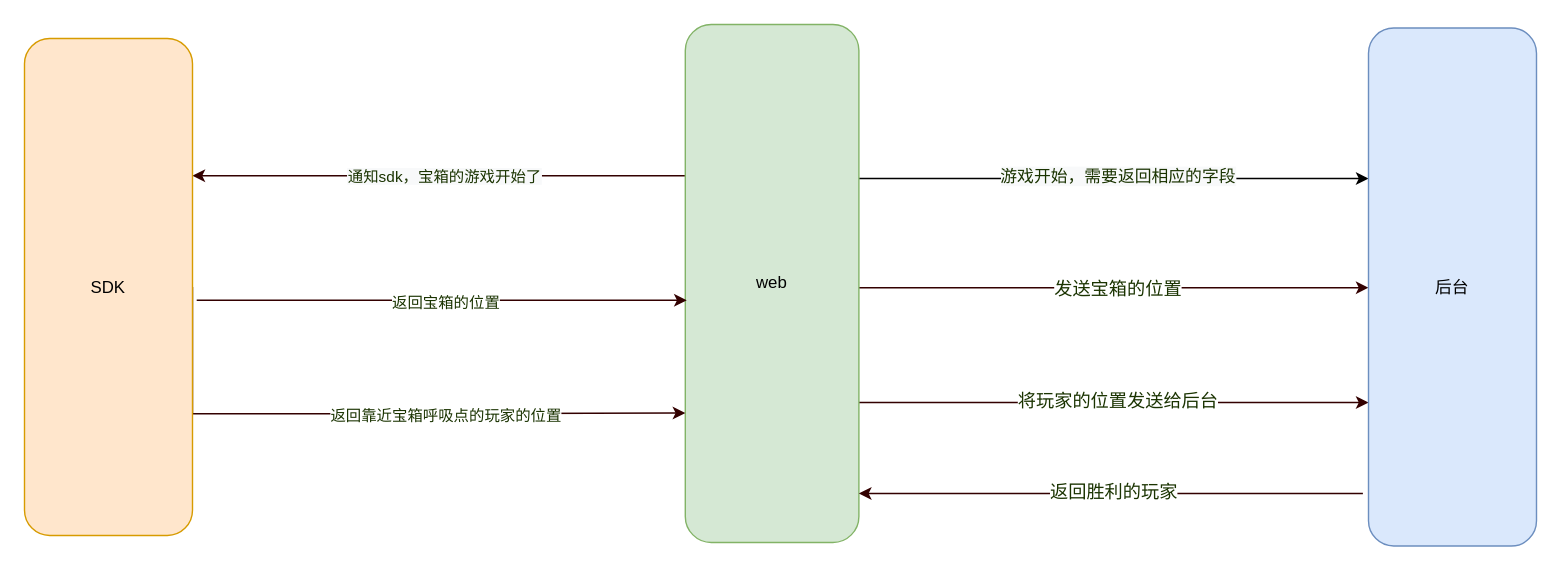
The draw.io diagram xVerseSixth.drawio in SkylarShuang/learnSM, before the edit. Source tidied: cells renumbered, new cells numbered last; positions are measured from the earlier drawing's top-left corner, leaving out a move shared by most shapes. Both pictures are drawn from the tidied source at 140%, with x=0, y=0 at pixel (24, 24).
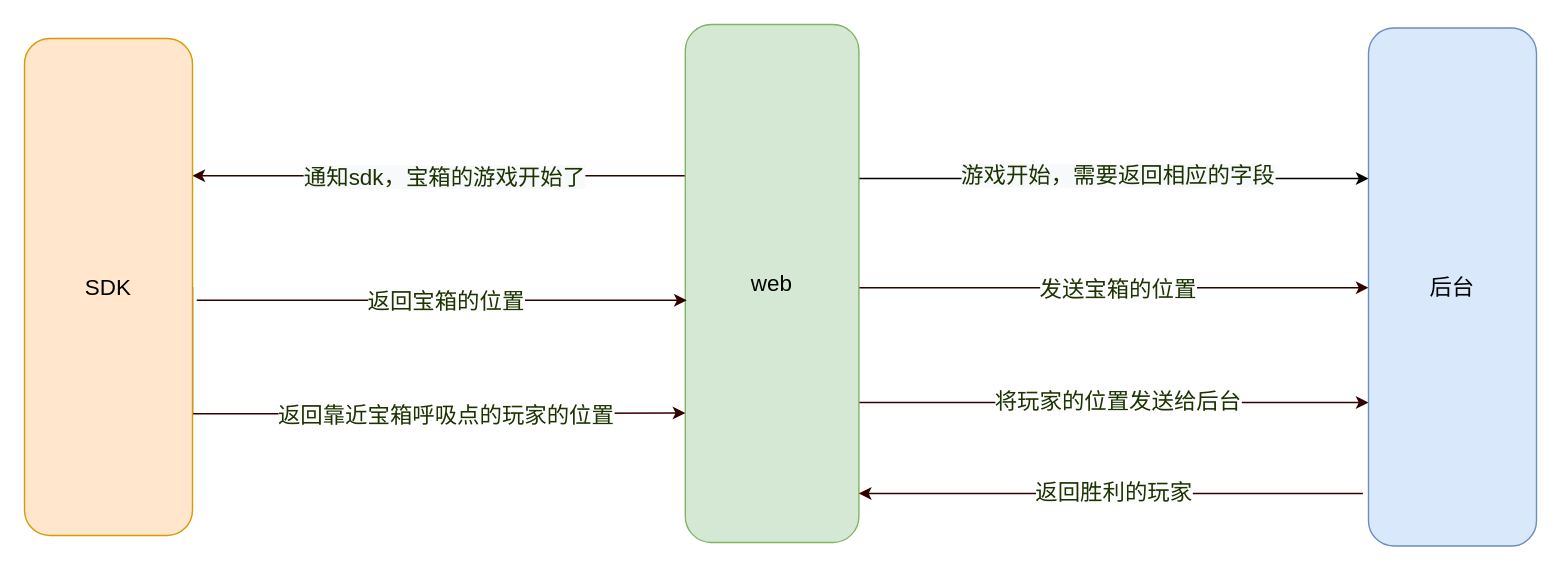
Above is the later version.

The edit, as a diff of the source:
```diff
@@
-    <mxCell id="2" style="edgeStyle=orthogonalEdgeStyle;rounded=0;jettySize=auto;html=1;" parent="1" edge="1" source="10" target="13">
+    <mxCell id="2" style="edgeStyle=orthogonalEdgeStyle;rounded=0;jettySize=auto;html=1;fontSize=16;" parent="1" edge="1" source="10" target="13">
       <mxGeometry relative="1" as="geometry">
         <Array as="points">
           <mxPoint x="730" y="110" />
           <mxPoint x="730" y="110" />
         </Array>
       </mxGeometry>
     </mxCell>
-    <mxCell id="3" value="&lt;span style=&quot;font-size: 12px; background-color: rgb(248, 249, 250);&quot;&gt;游戏开始，需要返回相应的字段&lt;/span&gt;" style="edgeLabel;html=1;align=center;verticalAlign=middle;fontSize=13;fontColor=#1A3300;" parent="2" vertex="1">
+    <mxCell id="3" value="&lt;span style=&quot;font-size: 16px; background-color: rgb(248, 249, 250);&quot;&gt;游戏开始，需要返回相应的字段&lt;/span&gt;" style="edgeLabel;html=1;align=center;verticalAlign=middle;fontSize=16;fontColor=#1A3300;" parent="2" vertex="1">
       <mxGeometry x="-0.19" y="3" relative="1" as="geometry">
         <mxPoint x="37" as="offset" />
       </mxGeometry>
     </mxCell>
-    <mxCell id="4" style="edgeStyle=orthogonalEdgeStyle;rounded=0;jettySize=auto;html=1;strokeColor=#330000;fillColor=#75E8FF;exitX=0;exitY=0.5;exitDx=0;exitDy=0;" parent="1" edge="1" target="18">
+    <mxCell id="4" style="edgeStyle=orthogonalEdgeStyle;rounded=0;jettySize=auto;html=1;strokeColor=#330000;fillColor=#75E8FF;exitX=0;exitY=0.5;exitDx=0;exitDy=0;fontSize=16;" parent="1" edge="1" target="18">
       <mxGeometry relative="1" as="geometry">
         <mxPoint x="474" y="108" as="sourcePoint" />
         <Array as="points">
           <mxPoint x="200" y="108" />
           <mxPoint x="200" y="108" />
         </Array>
       </mxGeometry>
     </mxCell>
-    <mxCell id="5" value="&lt;span style=&quot;background-color: rgb(248, 249, 250);&quot;&gt;通知sdk，宝箱的游戏开始了&lt;/span&gt;" style="edgeLabel;html=1;align=center;verticalAlign=middle;fontColor=#1A3300;" parent="4" vertex="1">
+    <mxCell id="5" value="&lt;span style=&quot;background-color: rgb(248, 249, 250); font-size: 16px;&quot;&gt;通知sdk，宝箱的游戏开始了&lt;/span&gt;" style="edgeLabel;html=1;align=center;verticalAlign=middle;fontColor=#1A3300;fontSize=16;" parent="4" vertex="1">
       <mxGeometry x="0.54" y="-2" relative="1" as="geometry">
         <mxPoint x="98" y="2" as="offset" />
       </mxGeometry>
     </mxCell>
-    <mxCell id="6" style="edgeStyle=orthogonalEdgeStyle;rounded=0;jettySize=auto;html=1;fontSize=13;fontColor=#FFD966;strokeColor=#330000;fillColor=#75E8FF;" parent="1" edge="1" source="10" target="13">
+    <mxCell id="6" style="edgeStyle=orthogonalEdgeStyle;rounded=0;jettySize=auto;html=1;fontSize=16;fontColor=#FFD966;strokeColor=#330000;fillColor=#75E8FF;" parent="1" edge="1" source="10" target="13">
       <mxGeometry relative="1" as="geometry">
         <Array as="points">
           <mxPoint x="860" y="270" />
           <mxPoint x="860" y="270" />
         </Array>
       </mxGeometry>
     </mxCell>
-    <mxCell id="7" value="将玩家的位置发送给后台" style="edgeLabel;html=1;align=center;verticalAlign=middle;fontSize=13;fontColor=#1A3300;" parent="6" vertex="1">
+    <mxCell id="7" value="将玩家的位置发送给后台" style="edgeLabel;html=1;align=center;verticalAlign=middle;fontSize=16;fontColor=#1A3300;" parent="6" vertex="1">
       <mxGeometry x="-0.22" y="4" relative="1" as="geometry">
         <mxPoint x="42" y="2" as="offset" />
       </mxGeometry>
     </mxCell>
-    <mxCell id="8" style="edgeStyle=orthogonalEdgeStyle;rounded=0;jettySize=auto;html=1;fontSize=13;fontColor=#330000;strokeColor=#330000;fillColor=#75E8FF;" parent="1" edge="1" source="10" target="13">
+    <mxCell id="8" style="edgeStyle=orthogonalEdgeStyle;rounded=0;jettySize=auto;html=1;fontSize=16;fontColor=#330000;strokeColor=#330000;fillColor=#75E8FF;" parent="1" edge="1" source="10" target="13">
       <mxGeometry relative="1" as="geometry">
         <Array as="points">
           <mxPoint x="690" y="188" />
           <mxPoint x="690" y="188" />
         </Array>
       </mxGeometry>
     </mxCell>
-    <mxCell id="9" value="发送宝箱的位置" style="edgeLabel;html=1;align=center;verticalAlign=middle;fontSize=13;fontColor=#1A3300;" parent="8" vertex="1">
+    <mxCell id="9" value="发送宝箱的位置" style="edgeLabel;html=1;align=center;verticalAlign=middle;fontSize=16;fontColor=#1A3300;" parent="8" vertex="1">
       <mxGeometry x="-0.06" y="-1" relative="1" as="geometry">
         <mxPoint x="13" y="-1" as="offset" />
       </mxGeometry>
     </mxCell>
-    <mxCell id="10" value="web" style="rounded=1;whiteSpace=wrap;html=1;fillColor=#d5e8d4;strokeColor=#82b366;" parent="1" vertex="1">
+    <mxCell id="10" value="web" style="rounded=1;whiteSpace=wrap;html=1;fillColor=#d5e8d4;strokeColor=#82b366;fontSize=16;" parent="1" vertex="1">
       <mxGeometry x="472" width="124" height="370" as="geometry" />
     </mxCell>
-    <mxCell id="11" style="edgeStyle=orthogonalEdgeStyle;rounded=0;orthogonalLoop=1;jettySize=auto;html=1;fontSize=13;fontColor=#330000;strokeColor=#330000;fillColor=#75E8FF;" parent="1" edge="1">
+    <mxCell id="11" style="edgeStyle=orthogonalEdgeStyle;rounded=0;orthogonalLoop=1;jettySize=auto;html=1;fontSize=16;fontColor=#330000;strokeColor=#330000;fillColor=#75E8FF;" parent="1" edge="1">
       <mxGeometry relative="1" as="geometry">
         <mxPoint x="956" y="335" as="sourcePoint" />
         <mxPoint x="596" y="335" as="targetPoint" />
         <Array as="points">
           <mxPoint x="856" y="335" />
           <mxPoint x="856" y="335" />
         </Array>
       </mxGeometry>
     </mxCell>
-    <mxCell id="12" value="返回胜利的玩家" style="edgeLabel;html=1;align=center;verticalAlign=middle;fontSize=13;fontColor=#1A3300;" parent="11" vertex="1">
+    <mxCell id="12" value="返回胜利的玩家" style="edgeLabel;html=1;align=center;verticalAlign=middle;fontSize=16;fontColor=#1A3300;" parent="11" vertex="1">
       <mxGeometry x="0.15" y="-2" relative="1" as="geometry">
         <mxPoint x="28" as="offset" />
       </mxGeometry>
     </mxCell>
-    <mxCell id="13" value="后台" style="rounded=1;whiteSpace=wrap;html=1;rotation=0;fillColor=#dae8fc;strokeColor=#6c8ebf;" parent="1" vertex="1">
+    <mxCell id="13" value="后台" style="rounded=1;whiteSpace=wrap;html=1;rotation=0;fillColor=#dae8fc;strokeColor=#6c8ebf;fontSize=16;" parent="1" vertex="1">
       <mxGeometry x="960" y="2.5" width="120" height="370" as="geometry" />
     </mxCell>
-    <mxCell id="14" style="edgeStyle=orthogonalEdgeStyle;rounded=0;jettySize=auto;html=1;exitX=1;exitY=0.5;exitDx=0;exitDy=0;entryX=0;entryY=0.75;entryDx=0;entryDy=0;fontSize=13;fontColor=#FFD966;strokeColor=#330000;fillColor=#75E8FF;" parent="1" edge="1" source="18" target="10">
+    <mxCell id="14" style="edgeStyle=orthogonalEdgeStyle;rounded=0;jettySize=auto;html=1;exitX=1;exitY=0.5;exitDx=0;exitDy=0;entryX=0;entryY=0.75;entryDx=0;entryDy=0;fontSize=16;fontColor=#FFD966;strokeColor=#330000;fillColor=#75E8FF;" parent="1" edge="1" source="18" target="10">
       <mxGeometry relative="1" as="geometry">
         <Array as="points">
           <mxPoint x="120" y="278" />
           <mxPoint x="296" y="278" />
         </Array>
       </mxGeometry>
     </mxCell>
-    <mxCell id="15" value="&lt;span style=&quot;font-size: 11px;&quot;&gt;返回靠近宝箱呼吸点的玩家的位置&lt;/span&gt;" style="edgeLabel;html=1;align=center;verticalAlign=middle;fontSize=13;fontColor=#1A3300;" parent="14" vertex="1">
+    <mxCell id="15" value="&lt;span style=&quot;font-size: 16px;&quot;&gt;返回靠近宝箱呼吸点的玩家的位置&lt;/span&gt;" style="edgeLabel;html=1;align=center;verticalAlign=middle;fontSize=16;fontColor=#1A3300;" parent="14" vertex="1">
       <mxGeometry x="0.18" y="-3" relative="1" as="geometry">
         <mxPoint x="10" y="-3" as="offset" />
       </mxGeometry>
     </mxCell>
-    <mxCell id="16" style="edgeStyle=orthogonalEdgeStyle;rounded=0;orthogonalLoop=1;jettySize=auto;html=1;fontSize=13;fontColor=#330000;strokeColor=#330000;fillColor=#75E8FF;" parent="1" edge="1">
+    <mxCell id="16" style="edgeStyle=orthogonalEdgeStyle;rounded=0;orthogonalLoop=1;jettySize=auto;html=1;fontSize=16;fontColor=#330000;strokeColor=#330000;fillColor=#75E8FF;" parent="1" edge="1">
       <mxGeometry relative="1" as="geometry">
         <mxPoint x="123" y="197" as="sourcePoint" />
         <mxPoint x="473" y="197" as="targetPoint" />
         <Array as="points">
           <mxPoint x="203" y="197" />
           <mxPoint x="203" y="197" />
         </Array>
       </mxGeometry>
     </mxCell>
-    <mxCell id="17" value="&lt;span style=&quot;font-size: 11px;&quot;&gt;返回宝箱的位置&lt;/span&gt;" style="edgeLabel;html=1;align=center;verticalAlign=middle;fontSize=13;fontColor=#1A3300;" parent="16" vertex="1">
+    <mxCell id="17" value="&lt;span style=&quot;font-size: 16px;&quot;&gt;返回宝箱的位置&lt;/span&gt;" style="edgeLabel;html=1;align=center;verticalAlign=middle;fontSize=16;fontColor=#1A3300;" parent="16" vertex="1">
       <mxGeometry x="-0.18" relative="1" as="geometry">
         <mxPoint x="33" as="offset" />
       </mxGeometry>
     </mxCell>
-    <mxCell id="18" value="SDK" style="rounded=1;whiteSpace=wrap;html=1;rotation=0;fillColor=#ffe6cc;strokeColor=#d79b00;" parent="1" vertex="1">
+    <mxCell id="18" value="SDK" style="rounded=1;whiteSpace=wrap;html=1;rotation=0;fillColor=#ffe6cc;strokeColor=#d79b00;fontSize=16;" parent="1" vertex="1">
       <mxGeometry y="10" width="120" height="355" as="geometry" />
     </mxCell>
```
